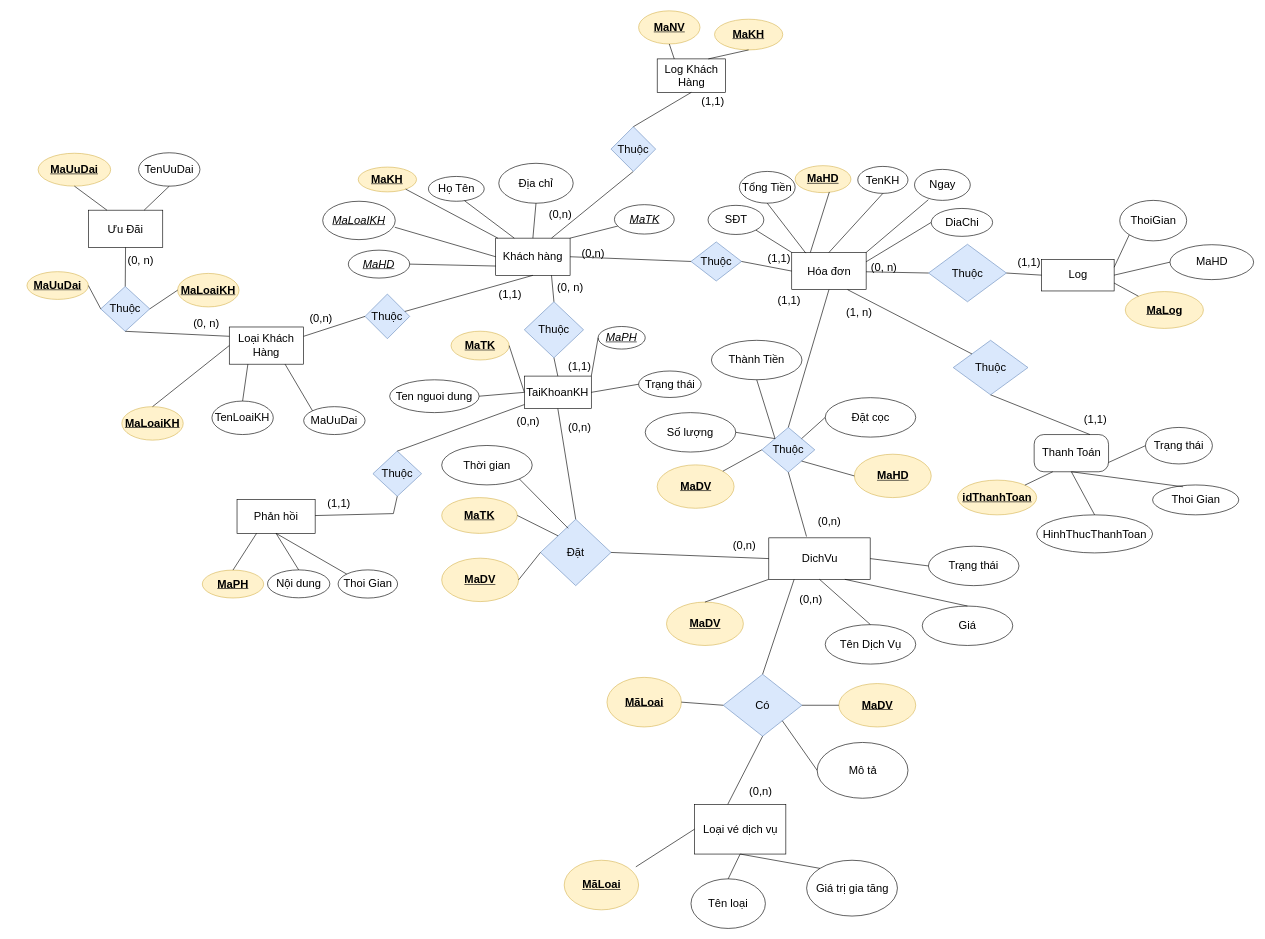
Earlier version of the draw.io diagram page "Page-2" (2 of 2) of StarUML Đồ Án/Software Design/Untitled Diagram.drawio (jaysonguyen/software). Source tidied: cells renumbered, new cells numbered last; positions are measured from the earlier drawing's top-left corner, leaving out a move shared by most shapes. Both pictures are drawn from the tidied source at 62%, with x=0, y=0 at pixel (27, 11).
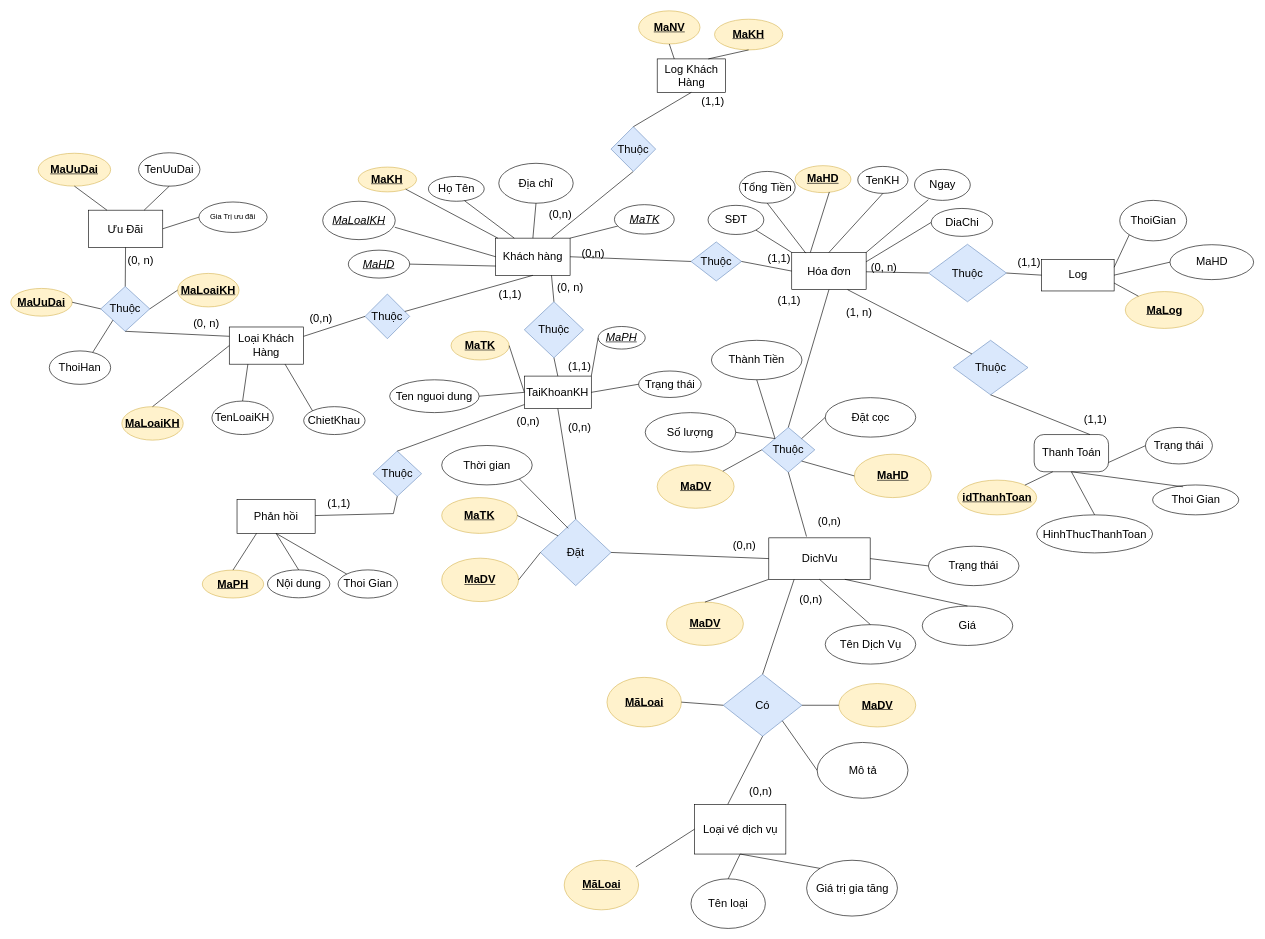
The same page after the edit.

The change refers to these unchanged cells:
```xml
<mxCell id="64" value="Ưu Đãi" style="rounded=0;whiteSpace=wrap;html=1;fontSize=18;" parent="1" vertex="1">
  <mxGeometry x="99" y="321.5" width="120" height="60" as="geometry" />
</mxCell>
<mxCell id="69" value="Thuộc" style="rhombus;whiteSpace=wrap;html=1;fillColor=#dae8fc;strokeColor=#6c8ebf;fontSize=18;" parent="1" vertex="1">
  <mxGeometry x="119" y="444.5" width="79" height="72.4" as="geometry" />
</mxCell>
```

Change to the diagram source:
```diff
@@
-    <mxCell id="11" value="MaUuDai" style="ellipse;whiteSpace=wrap;html=1;fontSize=18;" parent="1" vertex="1">
+    <mxCell id="11" value="ChietKhau" style="ellipse;whiteSpace=wrap;html=1;fontSize=18;" parent="1" vertex="1">
       <mxGeometry x="446.3" y="638.4" width="99" height="45" as="geometry" />
     </mxCell>
@@
     <mxCell id="74" value="MaUuDai" style="ellipse;whiteSpace=wrap;html=1;fontStyle=5;fillColor=#fff2cc;strokeColor=#d6b656;fontSize=18;" parent="1" vertex="1">
-      <mxGeometry y="420.7" width="99" height="44.7" as="geometry" />
+      <mxGeometry x="-26" y="447.7" width="99" height="44.7" as="geometry" />
     </mxCell>
@@
+    <mxCell id="177" value="ThoiHan" style="ellipse;whiteSpace=wrap;html=1;fontSize=18;" parent="1" vertex="1">
+      <mxGeometry x="36" y="548.5" width="99" height="53.9" as="geometry" />
+    </mxCell>
+    <mxCell id="178" value="Gia Trị ưu đãi" style="ellipse;whiteSpace=wrap;html=1;" parent="1" vertex="1">
+      <mxGeometry x="277.3" y="308.3" width="110" height="49.1" as="geometry" />
+    </mxCell>
+    <mxCell id="179" style="endArrow=none;html=1;rounded=0;entryX=0;entryY=0.5;entryDx=0;entryDy=0;exitX=1;exitY=0.5;exitDx=0;exitDy=0;" parent="1" edge="1" source="64" target="178">
+      <mxGeometry relative="1" as="geometry" />
+    </mxCell>
+    <mxCell id="180" style="endArrow=none;html=1;rounded=0;entryX=0.709;entryY=0.038;entryDx=0;entryDy=0;entryPerimeter=0;exitX=0;exitY=1;exitDx=0;exitDy=0;" parent="1" edge="1" source="69" target="177">
+      <mxGeometry relative="1" as="geometry" />
+    </mxCell>
```
